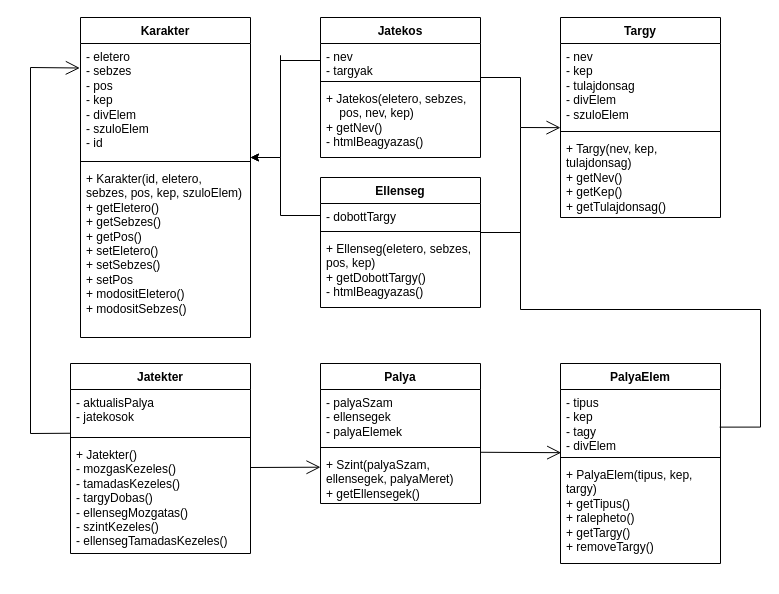
Ez-meg-egyes/Multiplayer-jatek keeps this draw.io diagram as Dokumentumok/Jatek-Osztalyok.drawio. Above is the earlier version. Source tidied: cells renumbered, new cells numbered last; positions are measured from the earlier drawing's top-left corner, leaving out a move shared by most shapes. Both pictures are drawn from the tidied source at 100%, with x=0, y=0 at pixel (30, 17).
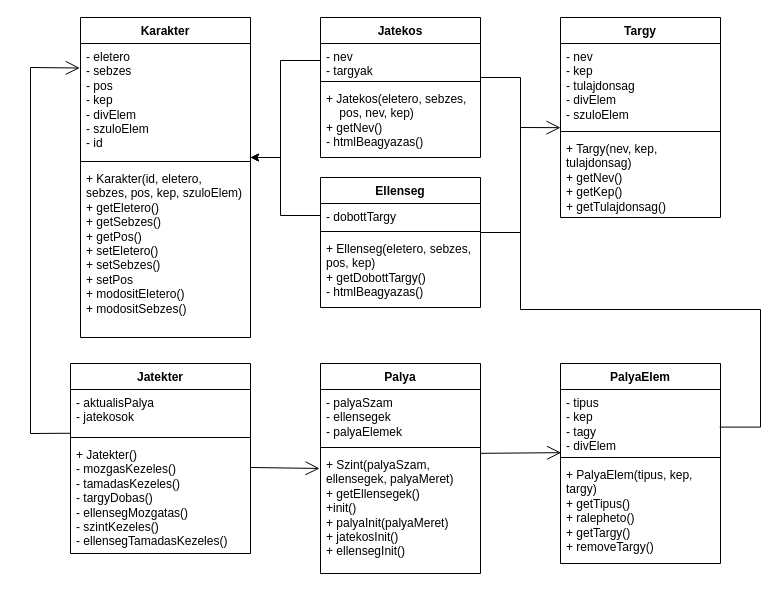
The same page after the edit.

Unchanged cells that the change refers to:
```xml
<mxCell id="17" value="- nev&lt;br&gt;- targyak" style="text;strokeColor=none;fillColor=none;align=left;verticalAlign=top;spacingLeft=4;spacingRight=4;overflow=hidden;points=[[0,0.5],[1,0.5]];portConstraint=eastwest;whiteSpace=wrap;html=1;" parent="16" vertex="1">
  <mxGeometry y="26" width="160" height="34" as="geometry" />
</mxCell>
```

Diff of the diagram source:
```diff
@@
     <mxCell id="6" value="Palya" style="swimlane;fontStyle=1;align=center;verticalAlign=top;horizontal=1;startSize=26;whiteSpace=wrap;html=1;" parent="1" vertex="1">
-      <mxGeometry x="290" y="346" width="160" height="140" as="geometry" />
+      <mxGeometry x="290" y="346" width="160" height="210" as="geometry" />
     </mxCell>
@@
-    <mxCell id="9" style="endArrow=open;endFill=1;endSize=12;html=1;rounded=0;entryX=0;entryY=0.302;entryDx=0;entryDy=0;entryPerimeter=0;" parent="6" edge="1" target="10">
+    <mxCell id="9" style="endArrow=open;endFill=1;endSize=12;html=1;rounded=0;entryX=-0.006;entryY=0.139;entryDx=0;entryDy=0;entryPerimeter=0;" parent="6" edge="1" target="10">
       <mxGeometry relative="1" as="geometry">
         <mxPoint x="-70" y="104" as="sourcePoint" />
       </mxGeometry>
     </mxCell>
-    <mxCell id="10" value="+ Szint(palyaSzam, ellensegek, palyaMeret)&lt;br&gt;+ getEllensegek()" style="text;strokeColor=none;fillColor=none;align=left;verticalAlign=top;spacingLeft=4;spacingRight=4;overflow=hidden;points=[[0,0.5],[1,0.5]];portConstraint=eastwest;whiteSpace=wrap;html=1;" parent="6" vertex="1">
-      <mxGeometry y="88" width="160" height="52" as="geometry" />
+    <mxCell id="10" value="+ Szint(palyaSzam, ellensegek, palyaMeret)&lt;br&gt;+ getEllensegek()&lt;br&gt;+init()&lt;br&gt;+ palyaInit(palyaMeret)&lt;br&gt;+ jatekosInit()&lt;br&gt;+ ellensegInit()" style="text;strokeColor=none;fillColor=none;align=left;verticalAlign=top;spacingLeft=4;spacingRight=4;overflow=hidden;points=[[0,0.5],[1,0.5]];portConstraint=eastwest;whiteSpace=wrap;html=1;" parent="6" vertex="1">
+      <mxGeometry y="88" width="160" height="122" as="geometry" />
     </mxCell>
@@
     <mxCell id="32" style="edgeStyle=orthogonalEdgeStyle;rounded=0;jettySize=auto;html=1;exitX=0;exitY=0.5;exitDx=0;exitDy=0;" parent="1" edge="1" source="17">
       <mxGeometry relative="1" as="geometry">
         <mxPoint x="220" y="140" as="targetPoint" />
         <Array as="points">
-          <mxPoint x="250" y="38" />
+          <mxPoint x="250" y="43" />
           <mxPoint x="250" y="140" />
-          <mxPoint x="210" y="140" />
         </Array>
       </mxGeometry>
     </mxCell>
```
